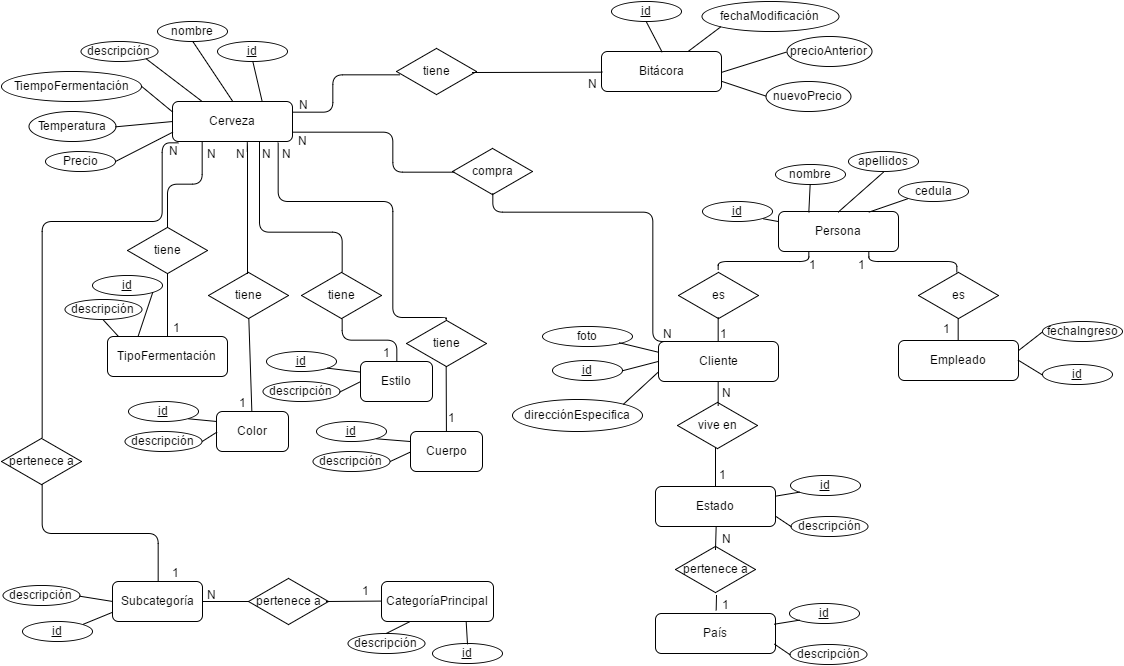
This is Modelo Conceptual - Proyecto 2.png from solgonzalez/proyecto2bases, a draw.io export, as it was before one commit. Source tidied: cells renumbered, new cells last; positions are measured from the earlier drawing's top-left corner, leaving out a move shared by most shapes.
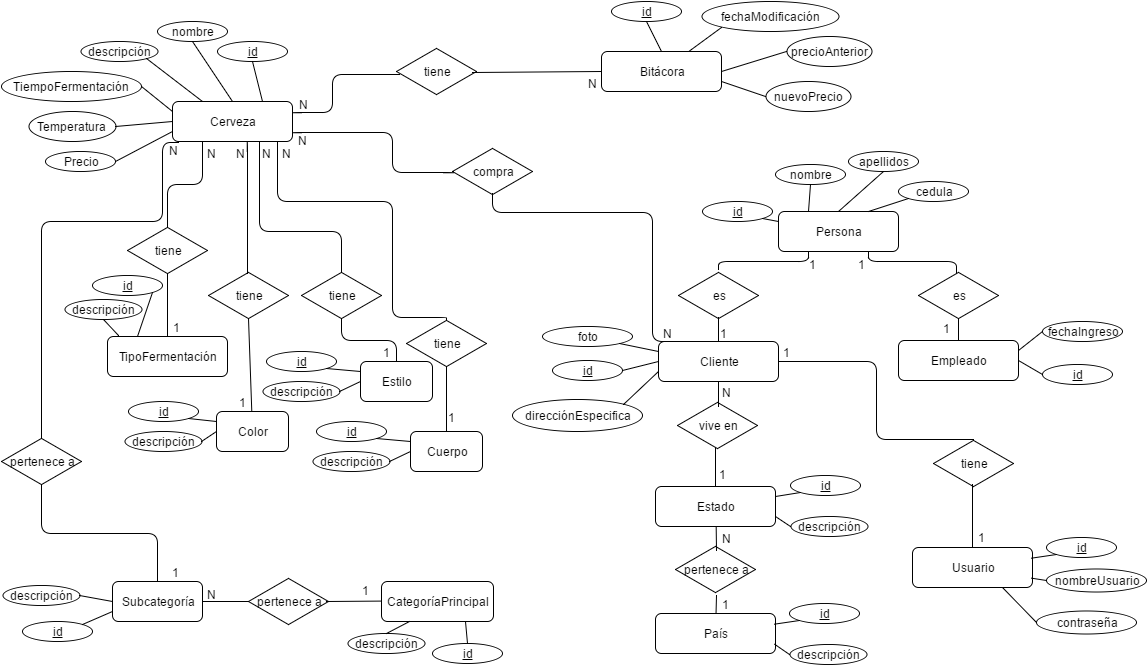
Later version of the same file.

Commit message:
Se agrega tabla usuario a modelo conceptual

The edit, as a diff of the source:
```diff
@@ -345,9 +345,8 @@
     <mxCell id="102" value="pertenece a" style="html=1;whiteSpace=wrap;shape=isoRectangle;" parent="1" vertex="1">
       <mxGeometry x="674" y="544" width="80" height="48" as="geometry" />
     </mxCell>
-    <mxCell id="103" style="endArrow=none;html=1;exitX=0.5;exitY=0;" parent="1" edge="1">
+    <mxCell id="103" style="endArrow=none;html=1;" parent="1" edge="1" source="101">
       <mxGeometry x="328" y="404" as="geometry">
-        <mxPoint x="714.7" y="608.7" as="sourcePoint" />
         <mxPoint x="715" y="594" as="targetPoint" />
       </mxGeometry>
     </mxCell>
@@ -487,5 +486,47 @@
     <mxCell id="144" value="N" style="text;html=1;align=left;verticalAlign=top;spacingTop=-4;" parent="1" vertex="1">
       <mxGeometry x="585" y="73" width="20" height="20" as="geometry" />
     </mxCell>
+    <mxCell id="145" value="Usuario" style="rounded=1;whiteSpace=wrap;html=1;" parent="1" vertex="1">
+      <mxGeometry x="911" y="546" width="120" height="40" as="geometry" />
+    </mxCell>
+    <mxCell id="146" value="&lt;u&gt;id&lt;/u&gt;" style="ellipse;whiteSpace=wrap;html=1;" parent="1" vertex="1">
+      <mxGeometry x="1045" y="536" width="70" height="20" as="geometry" />
+    </mxCell>
+    <mxCell id="147" value="nombreUsuario" style="ellipse;whiteSpace=wrap;html=1;" parent="1" vertex="1">
+      <mxGeometry x="1045" y="567" width="100" height="23" as="geometry" />
+    </mxCell>
+    <mxCell id="148" style="endArrow=none;html=1;entryX=1;entryY=0.75;exitX=0;exitY=0.5;" parent="1" edge="1" source="147">
+      <mxGeometry x="990" y="482" as="geometry">
+        <mxPoint x="1030" y="576.7" as="targetPoint" />
+      </mxGeometry>
+    </mxCell>
+    <mxCell id="149" style="endArrow=none;html=1;entryX=1;entryY=0.25;exitX=0;exitY=1;" parent="1" edge="1" source="146">
+      <mxGeometry x="1000" y="492" as="geometry">
+        <mxPoint x="1030" y="556.7" as="targetPoint" />
+      </mxGeometry>
+    </mxCell>
+    <mxCell id="150" value="contraseña" style="ellipse;whiteSpace=wrap;html=1;" parent="1" vertex="1">
+      <mxGeometry x="1035" y="609" width="100" height="23" as="geometry" />
+    </mxCell>
+    <mxCell id="151" style="endArrow=none;html=1;entryX=0.75;entryY=1;exitX=0;exitY=0.5;" parent="1" edge="1" source="150" target="145">
+      <mxGeometry x="1010" y="502" as="geometry" />
+    </mxCell>
+    <mxCell id="152" value="tiene" style="html=1;whiteSpace=wrap;shape=isoRectangle;" parent="1" vertex="1">
+      <mxGeometry x="932" y="438" width="80" height="48" as="geometry" />
+    </mxCell>
+    <mxCell id="153" style="endArrow=none;html=1;entryX=1;entryY=0.5;edgeStyle=orthogonalEdgeStyle;" parent="1" edge="1" target="74">
+      <mxGeometry x="290" y="220" as="geometry">
+        <mxPoint x="972" y="438" as="sourcePoint" />
+      </mxGeometry>
+    </mxCell>
+    <mxCell id="154" style="endArrow=none;html=1;entryX=0.5;entryY=0;exitX=0.488;exitY=0.938;exitPerimeter=0;" parent="1" edge="1" source="152" target="145">
+      <mxGeometry x="300" y="230" as="geometry" />
+    </mxCell>
+    <mxCell id="155" value="1" style="text;html=1;align=left;verticalAlign=top;spacingTop=-4;" parent="1" vertex="1">
+      <mxGeometry x="780" y="342" width="20" height="20" as="geometry" />
+    </mxCell>
+    <mxCell id="156" value="1" style="text;html=1;align=left;verticalAlign=top;spacingTop=-4;" parent="1" vertex="1">
+      <mxGeometry x="975" y="527" width="20" height="20" as="geometry" />
+    </mxCell>
   </root>
 </mxGraphModel>
```
